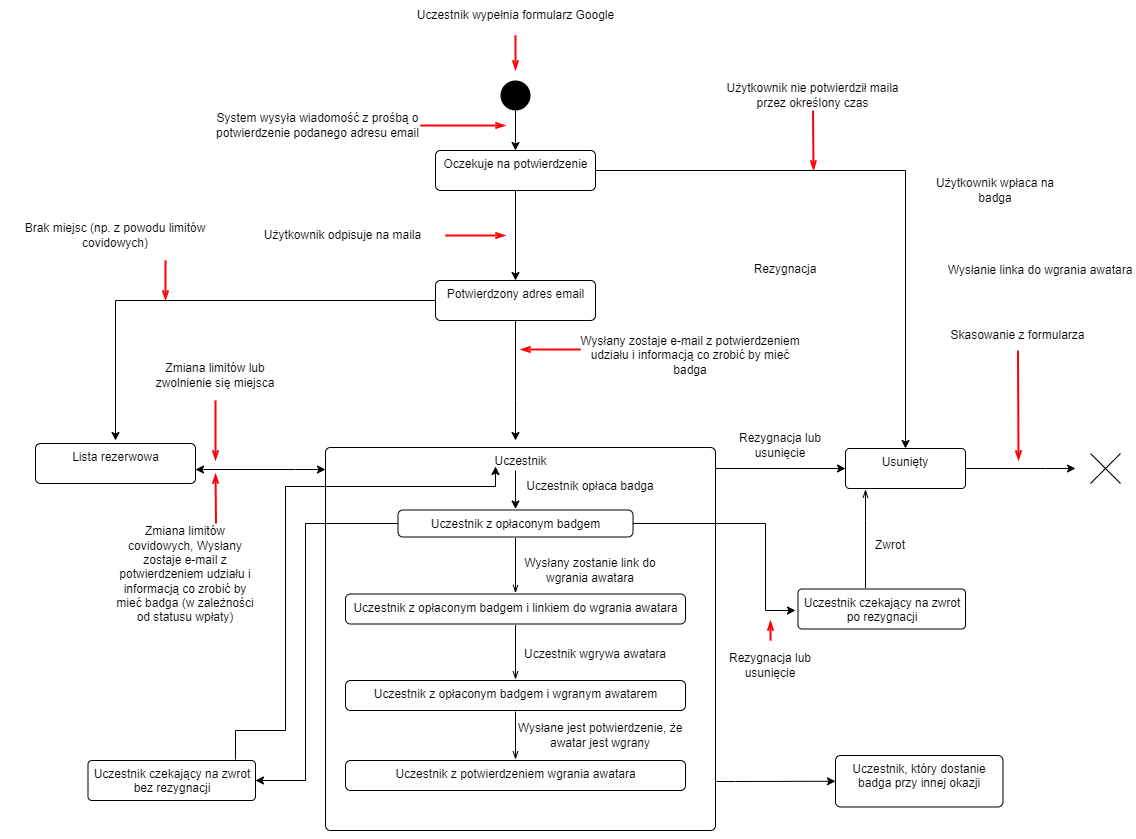
PPopielarski/PFWRegistration keeps this draw.io diagram as venv/Utility Files/Registration state diagram.png. Above is the earlier version. Source tidied: cells renumbered, new cells last; positions are measured from the earlier drawing's top-left corner, leaving out a move shared by most shapes.
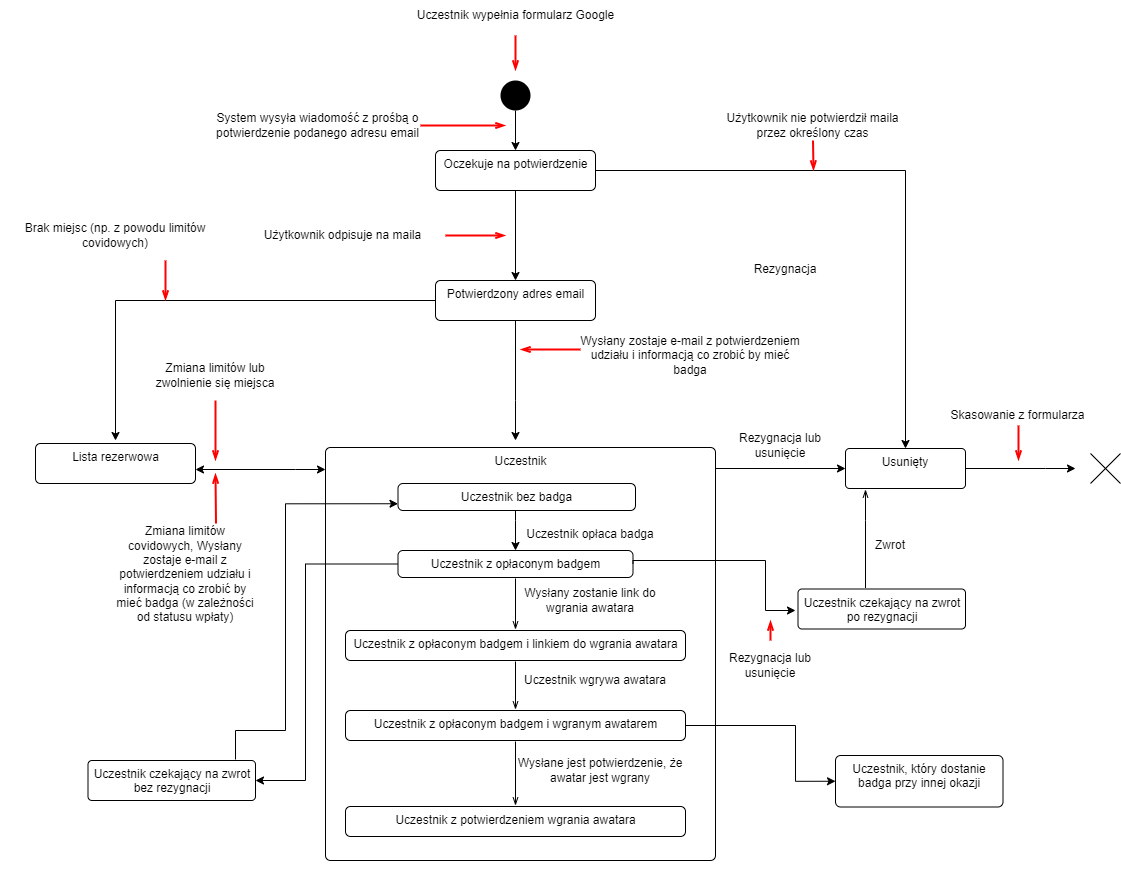
The same diagram one commit later.

Change to the diagram source:
```diff
@@ -30,16 +30,8 @@
         </Array>
       </mxGeometry>
     </mxCell>
-    <mxCell id="8" style="edgeStyle=orthogonalEdgeStyle;rounded=0;jettySize=auto;html=1;startArrow=none;startFill=0;endArrow=classic;endFill=1;sourcePerimeterSpacing=1;targetPerimeterSpacing=1;entryX=0;entryY=0.5;entryDx=0;entryDy=0;" parent="1" edge="1" source="9" target="47">
-      <mxGeometry relative="1" as="geometry">
-        <Array as="points">
-          <mxPoint x="735" y="781" />
-          <mxPoint x="735" y="781" />
-        </Array>
-      </mxGeometry>
-    </mxCell>
     <mxCell id="9" value="Uczestnik" style="html=1;align=center;verticalAlign=top;rounded=1;absoluteArcSize=1;arcSize=10;dashed=0;" parent="1" vertex="1">
-      <mxGeometry x="325" y="447" width="390" height="383" as="geometry" />
+      <mxGeometry x="325" y="447" width="390" height="413" as="geometry" />
     </mxCell>
     <mxCell id="10" style="edgeStyle=orthogonalEdgeStyle;rounded=0;jettySize=auto;html=1;exitX=0.5;exitY=1;exitDx=0;exitDy=0;entryX=0.5;entryY=0;entryDx=0;entryDy=0;" parent="1" edge="1" source="2" target="5">
       <mxGeometry relative="1" as="geometry" />
@@ -111,7 +103,7 @@
       </mxGeometry>
     </mxCell>
     <mxCell id="23" value="Użytkownik nie potwierdził maila przez określony czas" style="text;html=1;strokeColor=none;fillColor=none;align=center;verticalAlign=middle;whiteSpace=wrap;rounded=0;" parent="1" vertex="1">
-      <mxGeometry x="710" y="80" width="205" height="30" as="geometry" />
+      <mxGeometry x="710" y="110" width="205" height="30" as="geometry" />
     </mxCell>
     <mxCell id="24" style="edgeStyle=elbowEdgeStyle;fontSize=12;html=1;endFill=0;startFill=0;endSize=6;startSize=6;endArrow=openThin;startArrow=none;rounded=0;exitX=0.5;exitY=1;exitDx=0;exitDy=0;strokeWidth=2;strokeColor=#FF0000;" parent="1" edge="1" source="23">
       <mxGeometry relative="1" as="geometry">
@@ -119,19 +111,17 @@
       </mxGeometry>
     </mxCell>
     <mxCell id="25" value="Skasowanie z formularza" style="text;html=1;strokeColor=none;fillColor=none;align=center;verticalAlign=middle;whiteSpace=wrap;rounded=0;" parent="1" vertex="1">
-      <mxGeometry x="915" y="320" width="205" height="30" as="geometry" />
+      <mxGeometry x="915" y="400" width="205" height="30" as="geometry" />
     </mxCell>
-    <mxCell id="26" style="edgeStyle=elbowEdgeStyle;fontSize=12;html=1;endFill=0;startFill=0;endSize=6;startSize=6;endArrow=openThin;startArrow=none;rounded=0;exitX=0.5;exitY=1;exitDx=0;exitDy=0;strokeWidth=2;strokeColor=#FF0000;" parent="1" edge="1" source="25">
+    <mxCell id="26" style="edgeStyle=elbowEdgeStyle;fontSize=12;html=1;endFill=0;startFill=0;endSize=6;startSize=6;endArrow=openThin;startArrow=none;rounded=0;strokeWidth=2;strokeColor=#FF0000;" parent="1" edge="1">
       <mxGeometry relative="1" as="geometry">
+        <mxPoint x="1018" y="425" as="sourcePoint" />
         <mxPoint x="1018" y="460" as="targetPoint" />
       </mxGeometry>
     </mxCell>
     <mxCell id="27" value="Wysłany zostaje e-mail z potwierdzeniem udziału i informacją co zrobić by mieć badga" style="text;html=1;strokeColor=none;fillColor=none;align=center;verticalAlign=middle;whiteSpace=wrap;rounded=0;" parent="1" vertex="1">
       <mxGeometry x="575" y="330" width="230" height="50" as="geometry" />
     </mxCell>
-    <mxCell id="28" value="Użytkownik wpłaca na badga" style="text;html=1;strokeColor=none;fillColor=none;align=center;verticalAlign=middle;whiteSpace=wrap;rounded=0;" parent="1" vertex="1">
-      <mxGeometry x="925" y="170" width="140" height="40" as="geometry" />
-    </mxCell>
     <mxCell id="29" value="Rezygnacja" style="text;html=1;strokeColor=none;fillColor=none;align=center;verticalAlign=middle;whiteSpace=wrap;rounded=0;" parent="1" vertex="1">
       <mxGeometry x="710" y="260" width="150" height="17" as="geometry" />
     </mxCell>
@@ -188,19 +178,14 @@
     <mxCell id="39" style="edgeStyle=orthogonalEdgeStyle;rounded=0;jettySize=auto;html=1;startArrow=none;startFill=0;endArrow=openThin;endFill=0;sourcePerimeterSpacing=1;targetPerimeterSpacing=1;" parent="1" edge="1" source="41" target="43">
       <mxGeometry relative="1" as="geometry" />
     </mxCell>
-    <mxCell id="40" style="edgeStyle=orthogonalEdgeStyle;rounded=0;jettySize=auto;html=1;startArrow=classic;startFill=1;endArrow=none;endFill=0;sourcePerimeterSpacing=1;targetPerimeterSpacing=1;" parent="1" edge="1" source="41">
-      <mxGeometry relative="1" as="geometry">
-        <mxPoint x="515" y="470" as="targetPoint" />
-      </mxGeometry>
-    </mxCell>
     <mxCell id="41" value="Uczestnik z opłaconym badgem" style="html=1;align=center;verticalAlign=top;rounded=1;absoluteArcSize=1;arcSize=10;dashed=0;" parent="1" vertex="1">
-      <mxGeometry x="397.5" y="509.5" width="235" height="27" as="geometry" />
+      <mxGeometry x="397.5" y="550" width="235" height="27" as="geometry" />
     </mxCell>
     <mxCell id="42" style="edgeStyle=orthogonalEdgeStyle;rounded=0;jettySize=auto;html=1;startArrow=none;startFill=0;endArrow=openThin;endFill=0;sourcePerimeterSpacing=1;targetPerimeterSpacing=1;" parent="1" edge="1" source="43" target="50">
       <mxGeometry relative="1" as="geometry" />
     </mxCell>
     <mxCell id="43" value="&lt;div&gt;Uczestnik z opłaconym badgem i linkiem do wgrania awatara&lt;/div&gt;" style="html=1;align=center;verticalAlign=top;rounded=1;absoluteArcSize=1;arcSize=10;dashed=0;" parent="1" vertex="1">
-      <mxGeometry x="345" y="593.5" width="340" height="30" as="geometry" />
+      <mxGeometry x="345" y="630" width="340" height="30" as="geometry" />
     </mxCell>
     <mxCell id="44" style="edgeStyle=orthogonalEdgeStyle;rounded=0;jettySize=auto;html=1;startArrow=none;startFill=0;endArrow=openThin;endFill=0;sourcePerimeterSpacing=1;targetPerimeterSpacing=1;" parent="1" edge="1" source="45" target="12">
       <mxGeometry relative="1" as="geometry">
@@ -219,29 +204,26 @@
     <mxCell id="47" value="Uczestnik, który dostanie badga przy innej okazji" style="whiteSpace=wrap;html=1;verticalAlign=top;fillColor=rgb(255, 255, 255);strokeColor=rgb(0, 0, 0);fontColor=rgb(0, 0, 0);rounded=1;arcSize=10;dashed=0;" parent="1" vertex="1">
       <mxGeometry x="835" y="755" width="167.5" height="51.5" as="geometry" />
     </mxCell>
-    <mxCell id="48" value="Wysłanie linka do wgrania awatara" style="text;html=1;strokeColor=none;fillColor=none;align=center;verticalAlign=middle;whiteSpace=wrap;rounded=0;" parent="1" vertex="1">
-      <mxGeometry x="945" y="250" width="190" height="40" as="geometry" />
-    </mxCell>
     <mxCell id="49" style="edgeStyle=orthogonalEdgeStyle;rounded=0;jettySize=auto;html=1;startArrow=none;startFill=0;endArrow=openThin;endFill=0;sourcePerimeterSpacing=1;targetPerimeterSpacing=1;" parent="1" edge="1" source="50" target="52">
       <mxGeometry relative="1" as="geometry" />
     </mxCell>
     <mxCell id="50" value="&lt;div&gt;Uczestnik z opłaconym badgem i wgranym awatarem&lt;/div&gt;" style="html=1;align=center;verticalAlign=top;rounded=1;absoluteArcSize=1;arcSize=10;dashed=0;" parent="1" vertex="1">
-      <mxGeometry x="345" y="680" width="340" height="30" as="geometry" />
+      <mxGeometry x="345" y="710" width="340" height="30" as="geometry" />
     </mxCell>
     <mxCell id="51" value="Wysłane jest potwierdzenie, że awatar jest wgrany" style="text;html=1;strokeColor=none;fillColor=none;align=center;verticalAlign=middle;whiteSpace=wrap;rounded=0;" parent="1" vertex="1">
-      <mxGeometry x="505" y="715" width="190" height="40" as="geometry" />
+      <mxGeometry x="505" y="750" width="190" height="40" as="geometry" />
     </mxCell>
     <mxCell id="52" value="&lt;div&gt;Uczestnik z potwierdzeniem wgrania awatara&lt;/div&gt;" style="html=1;align=center;verticalAlign=top;rounded=1;absoluteArcSize=1;arcSize=10;dashed=0;" parent="1" vertex="1">
-      <mxGeometry x="345" y="760" width="340" height="30" as="geometry" />
+      <mxGeometry x="345" y="806" width="340" height="30" as="geometry" />
     </mxCell>
     <mxCell id="53" value="Uczestnik opłaca badga" style="text;html=1;strokeColor=none;fillColor=none;align=center;verticalAlign=middle;whiteSpace=wrap;rounded=0;" parent="1" vertex="1">
-      <mxGeometry x="495" y="466" width="190" height="40" as="geometry" />
+      <mxGeometry x="495" y="513.5" width="190" height="40" as="geometry" />
     </mxCell>
     <mxCell id="54" value="Wysłany zostanie link do wgrania awatara" style="text;html=1;strokeColor=none;fillColor=none;align=center;verticalAlign=middle;whiteSpace=wrap;rounded=0;" parent="1" vertex="1">
-      <mxGeometry x="515" y="550" width="150" height="40" as="geometry" />
+      <mxGeometry x="515" y="580" width="150" height="40" as="geometry" />
     </mxCell>
     <mxCell id="55" value="Uczestnik wgrywa awatara" style="text;html=1;strokeColor=none;fillColor=none;align=center;verticalAlign=middle;whiteSpace=wrap;rounded=0;" parent="1" vertex="1">
-      <mxGeometry x="500" y="633.5" width="190" height="40" as="geometry" />
+      <mxGeometry x="500" y="660" width="190" height="40" as="geometry" />
     </mxCell>
     <mxCell id="56" value="Rezygnacja lub usunięcie" style="text;html=1;strokeColor=none;fillColor=none;align=center;verticalAlign=middle;whiteSpace=wrap;rounded=0;" parent="1" vertex="1">
       <mxGeometry x="725" y="420" width="110" height="50.5" as="geometry" />
@@ -254,13 +236,12 @@
         <mxPoint x="770" y="620" as="targetPoint" />
       </mxGeometry>
     </mxCell>
-    <mxCell id="59" style="edgeStyle=orthogonalEdgeStyle;rounded=0;jettySize=auto;html=1;startArrow=none;startFill=0;endArrow=classic;endFill=1;sourcePerimeterSpacing=1;targetPerimeterSpacing=1;entryX=0;entryY=0;entryDx=0;entryDy=0;" parent="1" edge="1" source="60" target="53">
+    <mxCell id="59" style="edgeStyle=orthogonalEdgeStyle;rounded=0;jettySize=auto;html=1;startArrow=none;startFill=0;endArrow=classic;endFill=1;sourcePerimeterSpacing=1;targetPerimeterSpacing=1;entryX=0;entryY=0.75;entryDx=0;entryDy=0;" parent="1" edge="1" source="60" target="64">
       <mxGeometry relative="1" as="geometry">
         <Array as="points">
           <mxPoint x="235" y="730" />
           <mxPoint x="285" y="730" />
-          <mxPoint x="285" y="486" />
-          <mxPoint x="495" y="486" />
+          <mxPoint x="285" y="503" />
         </Array>
       </mxGeometry>
     </mxCell>
@@ -270,7 +251,7 @@
     <mxCell id="61" style="edgeStyle=orthogonalEdgeStyle;rounded=0;jettySize=auto;html=1;startArrow=none;startFill=0;endArrow=classic;endFill=1;sourcePerimeterSpacing=1;targetPerimeterSpacing=1;entryX=1;entryY=0.5;entryDx=0;entryDy=0;exitX=0;exitY=0.5;exitDx=0;exitDy=0;" parent="1" edge="1" source="41" target="60">
       <mxGeometry relative="1" as="geometry">
         <Array as="points">
-          <mxPoint x="305" y="523" />
+          <mxPoint x="305" y="564" />
           <mxPoint x="305" y="780" />
         </Array>
       </mxGeometry>
@@ -279,10 +260,30 @@
       <mxGeometry relative="1" as="geometry">
         <mxPoint x="795" y="610" as="targetPoint" />
         <Array as="points">
-          <mxPoint x="765" y="523" />
+          <mxPoint x="633" y="560" />
+          <mxPoint x="765" y="560" />
           <mxPoint x="765" y="610" />
         </Array>
       </mxGeometry>
     </mxCell>
+    <mxCell id="8" style="edgeStyle=orthogonalEdgeStyle;rounded=0;jettySize=auto;html=1;startArrow=none;startFill=0;endArrow=classic;endFill=1;sourcePerimeterSpacing=1;targetPerimeterSpacing=1;entryX=0;entryY=0.5;entryDx=0;entryDy=0;exitX=1;exitY=0.5;exitDx=0;exitDy=0;" parent="1" edge="1" source="50" target="47">
+      <mxGeometry relative="1" as="geometry">
+        <Array as="points">
+          <mxPoint x="795" y="725" />
+          <mxPoint x="795" y="781" />
+        </Array>
+      </mxGeometry>
+    </mxCell>
+    <mxCell id="63" style="edgeStyle=orthogonalEdgeStyle;rounded=0;jettySize=auto;html=1;entryX=0.5;entryY=0;entryDx=0;entryDy=0;" parent="1" edge="1" source="64" target="41">
+      <mxGeometry relative="1" as="geometry">
+        <Array as="points">
+          <mxPoint x="515" y="520" />
+          <mxPoint x="515" y="520" />
+        </Array>
+      </mxGeometry>
+    </mxCell>
+    <mxCell id="64" value="Uczestnik bez badga" style="html=1;align=center;verticalAlign=top;rounded=1;absoluteArcSize=1;arcSize=10;dashed=0;" parent="1" vertex="1">
+      <mxGeometry x="397.5" y="483" width="237.5" height="27" as="geometry" />
+    </mxCell>
   </root>
 </mxGraphModel>
```
